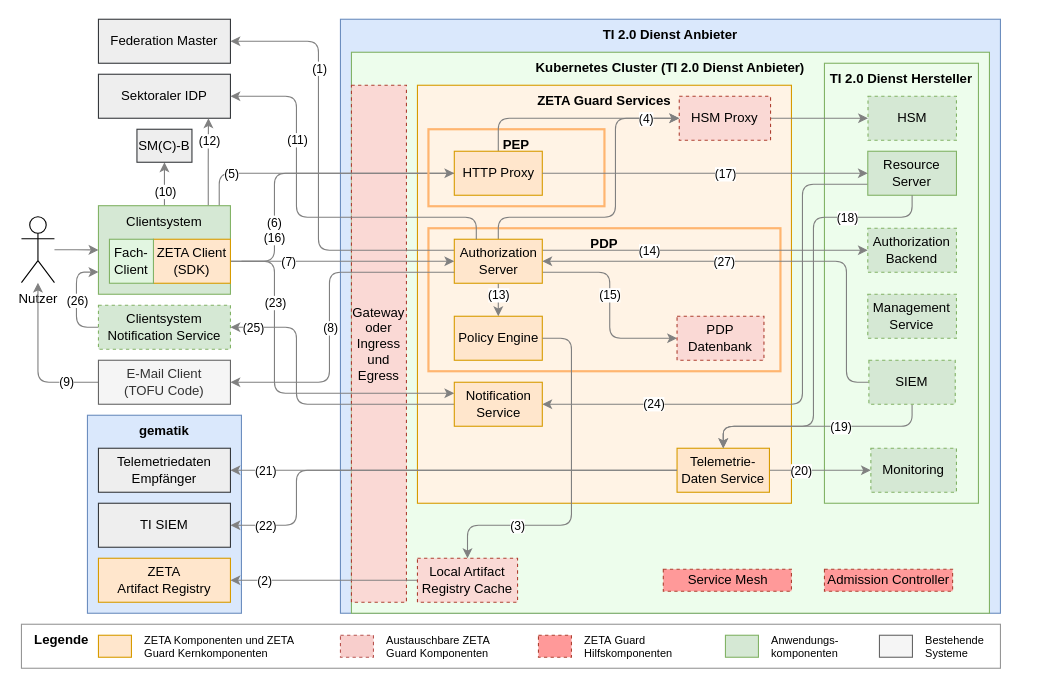
Before: src/drawio/Abb-ZETA-Architektur.drawio in gematik/zeta, a draw.io diagram. Source tidied: cells renumbered, new cells numbered last; positions are measured from the earlier drawing's top-left corner, leaving out a move shared by most shapes. Both pictures are drawn from the tidied source at 110%, with x=0, y=0 at pixel (21, 19).
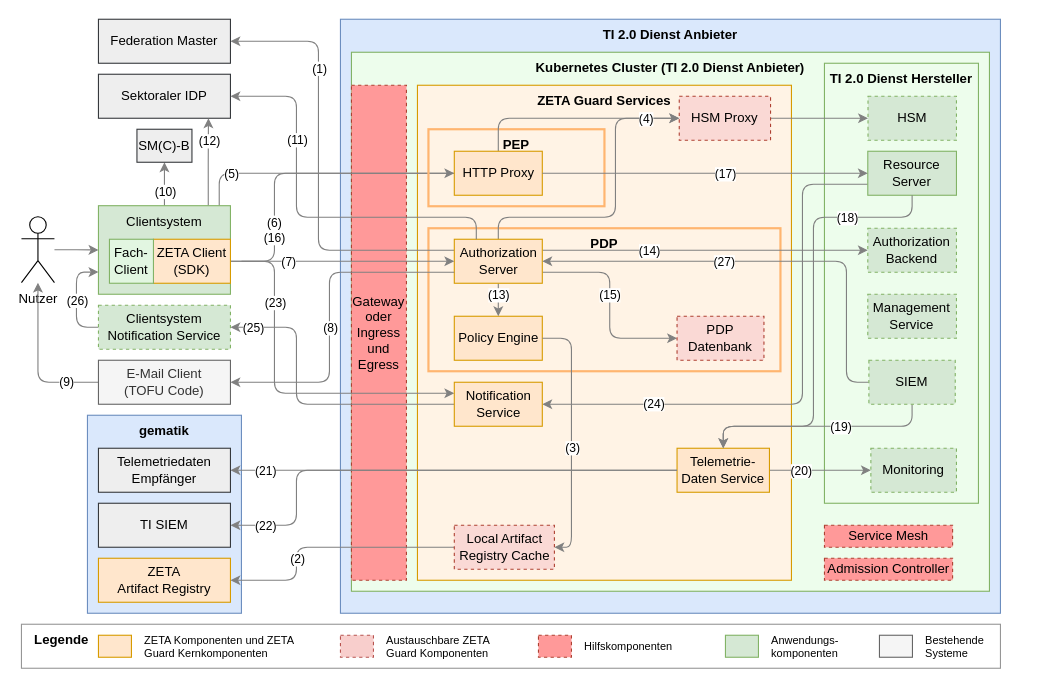
After the change.

Commit message:
fix: Update diagram dimensions and positions in Abb-ZETA-Architektur.drawio

Unchanged cells that the change refers to:
```xml
<mxCell id="7" value="Policy Engine" style="rounded=0;whiteSpace=wrap;html=1;fillColor=#ffe6cc;strokeColor=#d79b00;" parent="1" vertex="1">
  <mxGeometry x="393.5" y="270" width="80" height="40" as="geometry" />
</mxCell>
<mxCell id="57" value="&lt;div&gt;ZETA&lt;/div&gt;Artifact Registry" style="rounded=0;whiteSpace=wrap;html=1;fillColor=#ffe6cc;strokeColor=#d79b00;" parent="1" vertex="1">
  <mxGeometry x="70" y="490" width="120" height="40" as="geometry" />
</mxCell>
```

The edit, as a diff of the source:
```diff
@@
-    <mxCell id="2" value="&lt;b&gt;gematik&lt;/b&gt;" style="rounded=0;whiteSpace=wrap;html=1;align=center;verticalAlign=top;strokeColor=#6c8ebf;fillColor=#dae8fc;" parent="1" vertex="1">
-      <mxGeometry x="60" y="360" width="140" height="180" as="geometry" />
-    </mxCell>
@@
     <mxCell id="4" value="&lt;b&gt;Kubernetes Cluster (&lt;/b&gt;&lt;b&gt;TI 2.0 Dienst Anbieter&lt;/b&gt;&lt;b&gt;)&lt;/b&gt;" style="rounded=0;whiteSpace=wrap;html=1;fillColor=#edfdec;strokeColor=#82b366;align=center;verticalAlign=top;" parent="1" vertex="1">
-      <mxGeometry x="300" y="30" width="580" height="510" as="geometry" />
+      <mxGeometry x="300" y="30" width="580" height="490" as="geometry" />
     </mxCell>
+    <mxCell id="9" value="&lt;div&gt;&lt;span style=&quot;background-color: transparent; color: light-dark(rgb(0, 0, 0), rgb(255, 255, 255));&quot;&gt;Gateway&lt;/span&gt;&lt;/div&gt;&lt;div&gt;&lt;span style=&quot;background-color: transparent; color: light-dark(rgb(0, 0, 0), rgb(255, 255, 255));&quot;&gt;oder&lt;/span&gt;&lt;/div&gt;&lt;div&gt;Ingress&lt;div&gt;und&lt;/div&gt;&lt;div&gt;Egress&lt;/div&gt;&lt;/div&gt;" style="rounded=0;whiteSpace=wrap;html=1;dashed=1;fillColor=#FF9999;strokeColor=#ae4132;" parent="1" vertex="1">
+      <mxGeometry x="300" y="60" width="50" height="450" as="geometry" />
+    </mxCell>
+    <mxCell id="2" value="&lt;b&gt;gematik&lt;/b&gt;" style="rounded=0;whiteSpace=wrap;html=1;align=center;verticalAlign=top;strokeColor=#6c8ebf;fillColor=#dae8fc;" parent="1" vertex="1">
+      <mxGeometry x="60" y="360" width="140" height="180" as="geometry" />
+    </mxCell>
     <mxCell id="5" value="&lt;b&gt;ZETA Guard Services&lt;/b&gt;" style="rounded=0;whiteSpace=wrap;html=1;align=center;verticalAlign=top;fillColor=#fff3e5;strokeColor=#d79b00;" parent="1" vertex="1">
-      <mxGeometry x="360" y="60" width="340" height="380" as="geometry" />
+      <mxGeometry x="360" y="60" width="340" height="450" as="geometry" />
     </mxCell>
@@
-    <mxCell id="9" value="&lt;div&gt;&lt;span style=&quot;background-color: transparent; color: light-dark(rgb(0, 0, 0), rgb(255, 255, 255));&quot;&gt;Gateway&lt;/span&gt;&lt;/div&gt;&lt;div&gt;&lt;span style=&quot;background-color: transparent; color: light-dark(rgb(0, 0, 0), rgb(255, 255, 255));&quot;&gt;oder&lt;/span&gt;&lt;/div&gt;&lt;div&gt;Ingress&lt;div&gt;und&lt;/div&gt;&lt;div&gt;Egress&lt;/div&gt;&lt;/div&gt;" style="rounded=0;whiteSpace=wrap;html=1;verticalAlign=middle;dashed=1;fillColor=#fad9d5;strokeColor=#ae4132;" parent="1" vertex="1">
-      <mxGeometry x="300" y="60" width="50" height="470" as="geometry" />
-    </mxCell>
@@
-    <mxCell id="21" style="edgeStyle=orthogonalEdgeStyle;rounded=1;jettySize=auto;html=1;entryX=0.5;entryY=0;entryDx=0;entryDy=0;exitX=1;exitY=0.5;exitDx=0;exitDy=0;curved=0;strokeColor=#808080;" parent="1" edge="1" source="7" target="98">
+    <mxCell id="21" style="edgeStyle=orthogonalEdgeStyle;rounded=1;jettySize=auto;html=1;entryX=1;entryY=0.5;entryDx=0;entryDy=0;exitX=1;exitY=0.5;exitDx=0;exitDy=0;curved=0;strokeColor=#808080;" parent="1" edge="1" source="7" target="98">
       <mxGeometry relative="1" as="geometry">
         <Array as="points">
           <mxPoint x="500" y="290" />
-          <mxPoint x="500" y="460" />
-          <mxPoint x="405" y="460" />
+          <mxPoint x="500" y="480" />
         </Array>
       </mxGeometry>
     </mxCell>
     <mxCell id="22" value="(3)" style="edgeLabel;html=1;align=center;verticalAlign=middle;" parent="21" vertex="1">
       <mxGeometry x="0.45" y="-1" relative="1" as="geometry">
-        <mxPoint x="-13" y="1" as="offset" />
+        <mxPoint x="1" y="-42" as="offset" />
       </mxGeometry>
     </mxCell>
@@
     <mxCell id="95" value="&lt;div&gt;Admission Controller&lt;/div&gt;" style="rounded=0;whiteSpace=wrap;html=1;dashed=1;fillColor=#FF9999;strokeColor=#ae4132;" parent="1" vertex="1">
-      <mxGeometry x="730" y="500" width="116.5" height="20" as="geometry" />
+      <mxGeometry x="730" y="490" width="116.5" height="20" as="geometry" />
     </mxCell>
     <mxCell id="96" style="edgeStyle=orthogonalEdgeStyle;html=1;entryX=1;entryY=0.5;entryDx=0;entryDy=0;strokeColor=#808080;" parent="1" edge="1" source="98" target="57">
-      <mxGeometry relative="1" as="geometry" />
+      <mxGeometry relative="1" as="geometry">
+        <Array as="points">
+          <mxPoint x="250" y="480" />
+          <mxPoint x="250" y="510" />
+        </Array>
+      </mxGeometry>
     </mxCell>
     <mxCell id="97" value="(2)" style="edgeLabel;html=1;align=center;verticalAlign=middle;" parent="96" vertex="1">
       <mxGeometry x="-0.04" relative="1" as="geometry">
-        <mxPoint x="-58" as="offset" />
+        <mxPoint x="-31" y="10" as="offset" />
       </mxGeometry>
     </mxCell>
     <mxCell id="98" value="Local Artifact Registry Cache" style="rounded=0;whiteSpace=wrap;html=1;dashed=1;fillColor=#fad9d5;strokeColor=#ae4132;" parent="1" vertex="1">
-      <mxGeometry x="360" y="490" width="91" height="40" as="geometry" />
+      <mxGeometry x="393.5" y="460" width="91" height="40" as="geometry" />
     </mxCell>
@@
-    <mxCell id="101" value="ZETA&amp;nbsp;&lt;span style=&quot;background-color: transparent; color: light-dark(rgb(0, 0, 0), rgb(255, 255, 255));&quot;&gt;Guard Hilfskomponenten&lt;/span&gt;" style="text;html=1;align=left;verticalAlign=middle;whiteSpace=wrap;rounded=0;fontSize=10;" parent="1" vertex="1">
+    <mxCell id="101" value="&lt;span style=&quot;background-color: transparent; color: light-dark(rgb(0, 0, 0), rgb(255, 255, 255));&quot;&gt;Hilfskomponenten&lt;/span&gt;" style="text;html=1;align=left;verticalAlign=middle;whiteSpace=wrap;rounded=0;fontSize=10;" parent="1" vertex="1">
       <mxGeometry x="510" y="560" width="96.5" height="20" as="geometry" />
     </mxCell>
     <mxCell id="102" value="&lt;div&gt;Service Mesh&lt;/div&gt;" style="rounded=0;whiteSpace=wrap;html=1;dashed=1;fillColor=#FF9999;strokeColor=#ae4132;" parent="1" vertex="1">
-      <mxGeometry x="583.5" y="500" width="116.5" height="20" as="geometry" />
+      <mxGeometry x="730" y="460" width="116.5" height="20" as="geometry" />
     </mxCell>
```
